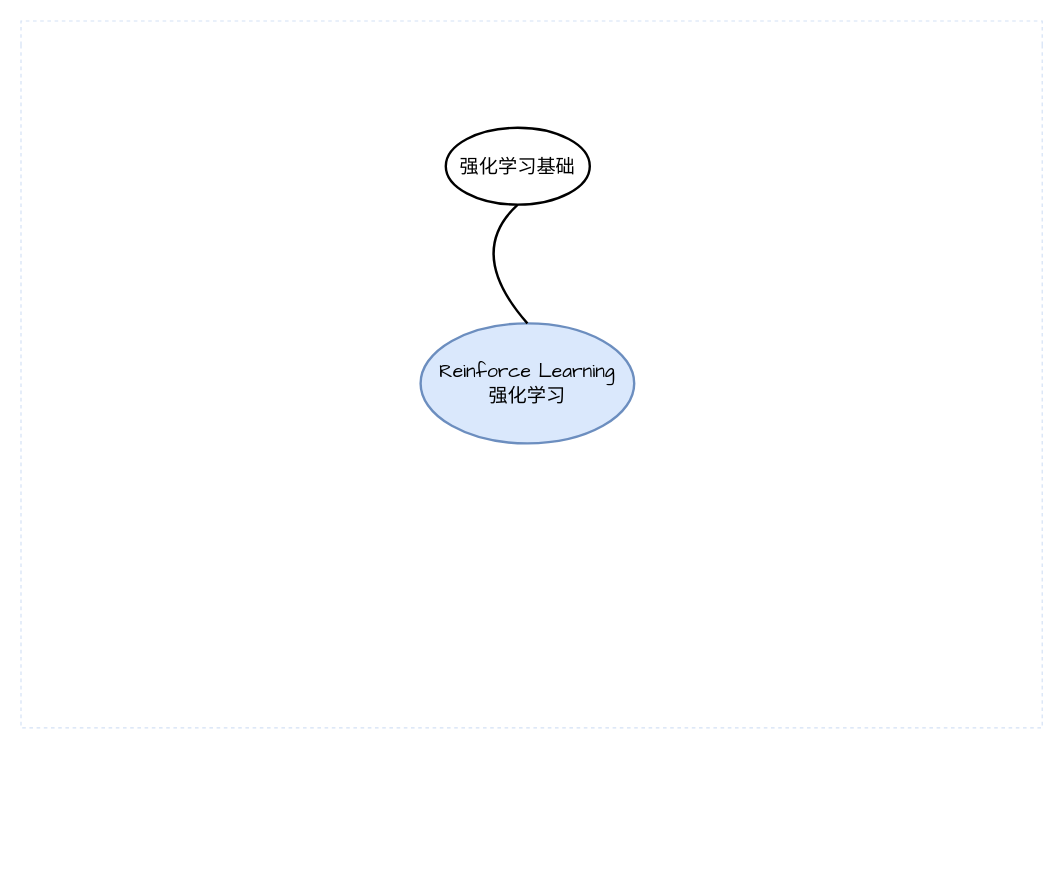
Earlier version of the draw.io diagram 强化学习/强化学习.drawio (jongsh/drawio). Source tidied: cells renumbered, new cells numbered last; positions are measured from the earlier drawing's top-left corner, leaving out a move shared by most shapes. Both pictures are drawn from the tidied source at 120%, with x=0, y=0 at pixel (20, 20).
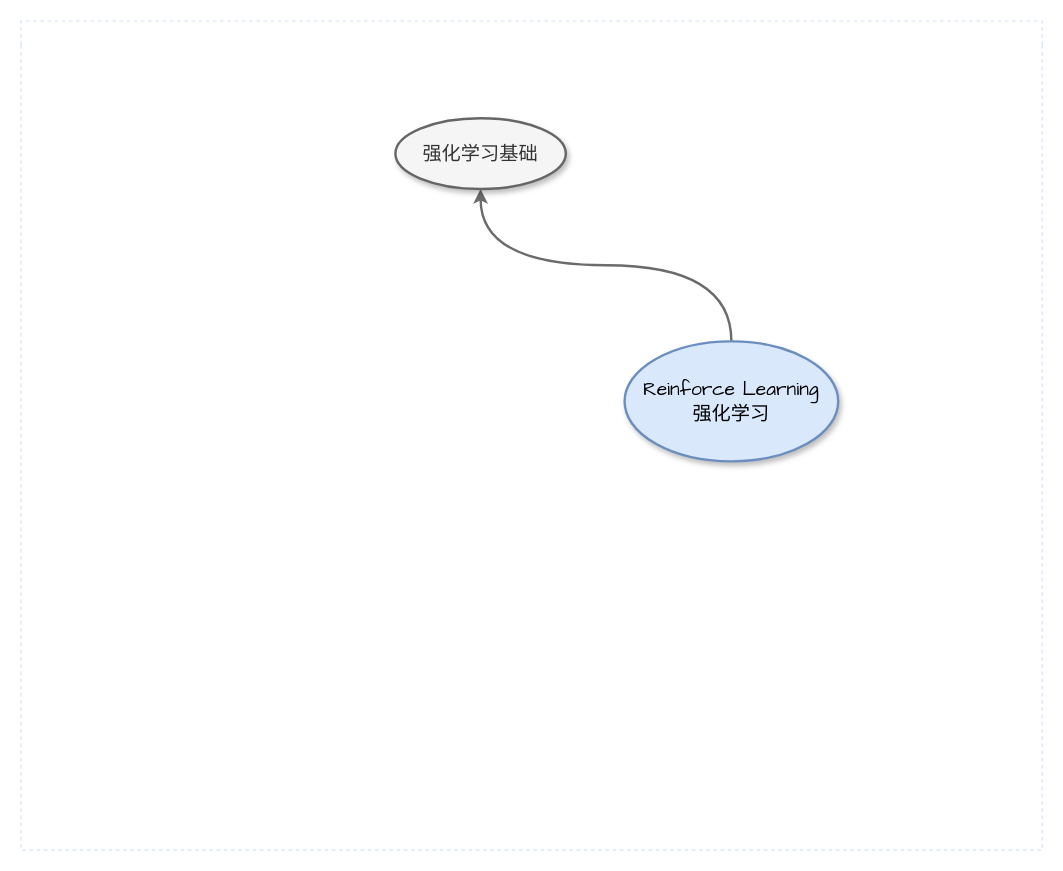
Above is the later version.

Commit message (it also covers changes not shown here):
更新强化学习.drawio

Change to the diagram source:
```diff
@@
 <mxGraphModel>
   <root>
     <mxCell id="0" />
     <mxCell id="1" parent="0" />
-    <mxCell id="2" style="swimlane;html=1;startSize=20;horizontal=1;containerType=tree;labelBackgroundColor=none;strokeColor=#D4E1F5;strokeWidth=1;fillColor=none;fontFamily=Comic Sans MS;fontSize=16;swimlaneLine=0;dashed=1;" parent="1" vertex="1">
-      <mxGeometry width="851" height="589" as="geometry" />
+    <mxCell id="2" style="swimlane;html=1;startSize=20;horizontal=1;containerType=tree;labelBackgroundColor=none;strokeColor=#D4E1F5;strokeWidth=1;fillColor=none;fontFamily=Comic Sans MS;fontSize=16;swimlaneLine=0;dashed=1;swimlaneFillColor=none;" parent="1" vertex="1">
+      <mxGeometry width="851" height="691" as="geometry" />
     </mxCell>
+    <mxCell id="6" style="edgeStyle=orthogonalEdgeStyle;rounded=0;jettySize=auto;html=1;exitX=0.5;exitY=0;exitDx=0;exitDy=0;entryX=0.5;entryY=1;entryDx=0;entryDy=0;curved=1;strokeWidth=2;strokeColor=light-dark(#6b6b6b, #ededed);" parent="2" edge="1" source="3" target="5">
+      <mxGeometry relative="1" as="geometry" />
+    </mxCell>
-    <mxCell id="3" value="&lt;font face=&quot;Comic Sans MS&quot;&gt;Reinforce Learning&lt;/font&gt;&lt;div&gt;&lt;font face=&quot;Comic Sans MS&quot;&gt;强化学习&lt;/font&gt;&lt;/div&gt;" style="ellipse;whiteSpace=wrap;html=1;align=center;strokeWidth=2;fontSize=16;fillColor=#dae8fc;strokeColor=#6c8ebf;shadow=0;" parent="2" vertex="1">
-      <mxGeometry x="333" y="252" width="178" height="100" as="geometry" />
+    <mxCell id="3" value="&lt;font face=&quot;Comic Sans MS&quot;&gt;Reinforce Learning&lt;/font&gt;&lt;div&gt;&lt;font face=&quot;Comic Sans MS&quot;&gt;强化学习&lt;/font&gt;&lt;/div&gt;" style="ellipse;whiteSpace=wrap;html=1;align=center;strokeWidth=2;fontSize=16;fillColor=#dae8fc;strokeColor=#6c8ebf;shadow=1;" parent="2" vertex="1">
+      <mxGeometry x="503" y="267" width="178" height="100" as="geometry" />
     </mxCell>
-    <mxCell id="4" style="group;fillColor=default;" parent="2" vertex="1">
-      <mxGeometry x="354" y="89" width="120" height="64" as="geometry" />
-    </mxCell>
-    <mxCell id="5" value="&lt;font style=&quot;font-size: 16px;&quot;&gt;强化学习基础&lt;/font&gt;" style="ellipse;whiteSpace=wrap;html=1;strokeWidth=2;shadow=0;" parent="4" vertex="1">
-      <mxGeometry width="120" height="64" as="geometry" />
+    <mxCell id="5" value="&lt;div&gt;&lt;font face=&quot;Comic Sans MS&quot;&gt;强化学习基础&lt;/font&gt;&lt;/div&gt;" style="ellipse;whiteSpace=wrap;html=1;align=center;strokeWidth=2;fontSize=16;shadow=1;fillColor=#f5f5f5;fontColor=#333333;strokeColor=#666666;" parent="2" vertex="1">
+      <mxGeometry x="312" y="81" width="142" height="59" as="geometry" />
     </mxCell>
-    <mxCell id="6" style="curved=1;endArrow=none;html=1;rounded=0;exitX=0.5;exitY=0;exitDx=0;exitDy=0;entryX=0.5;entryY=1;entryDx=0;entryDy=0;endFill=0;strokeWidth=2;" parent="2" edge="1" source="3" target="5">
-      <mxGeometry relative="1" as="geometry">
-        <Array as="points">
-          <mxPoint x="370" y="193" />
-        </Array>
-      </mxGeometry>
-    </mxCell>
   </root>
 </mxGraphModel>
```
